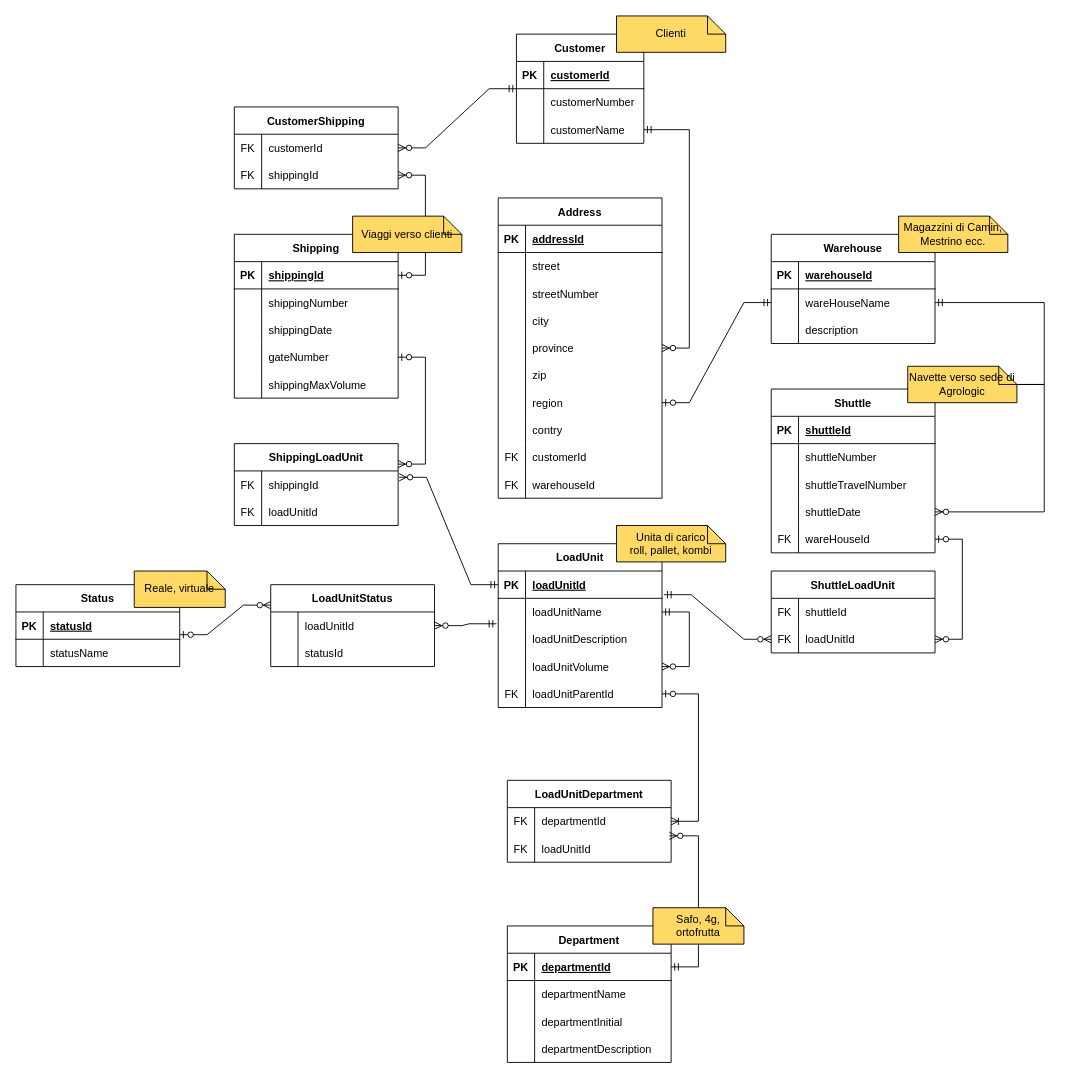
Earlier version of the draw.io diagram arcadia_db.drawio (gh0stb1t-dev/arcadia). Source tidied: cells renumbered, new cells numbered last; positions are measured from the earlier drawing's top-left corner, leaving out a move shared by most shapes. Both pictures are drawn from the tidied source at 91%, with x=0, y=0 at pixel (15, 15).
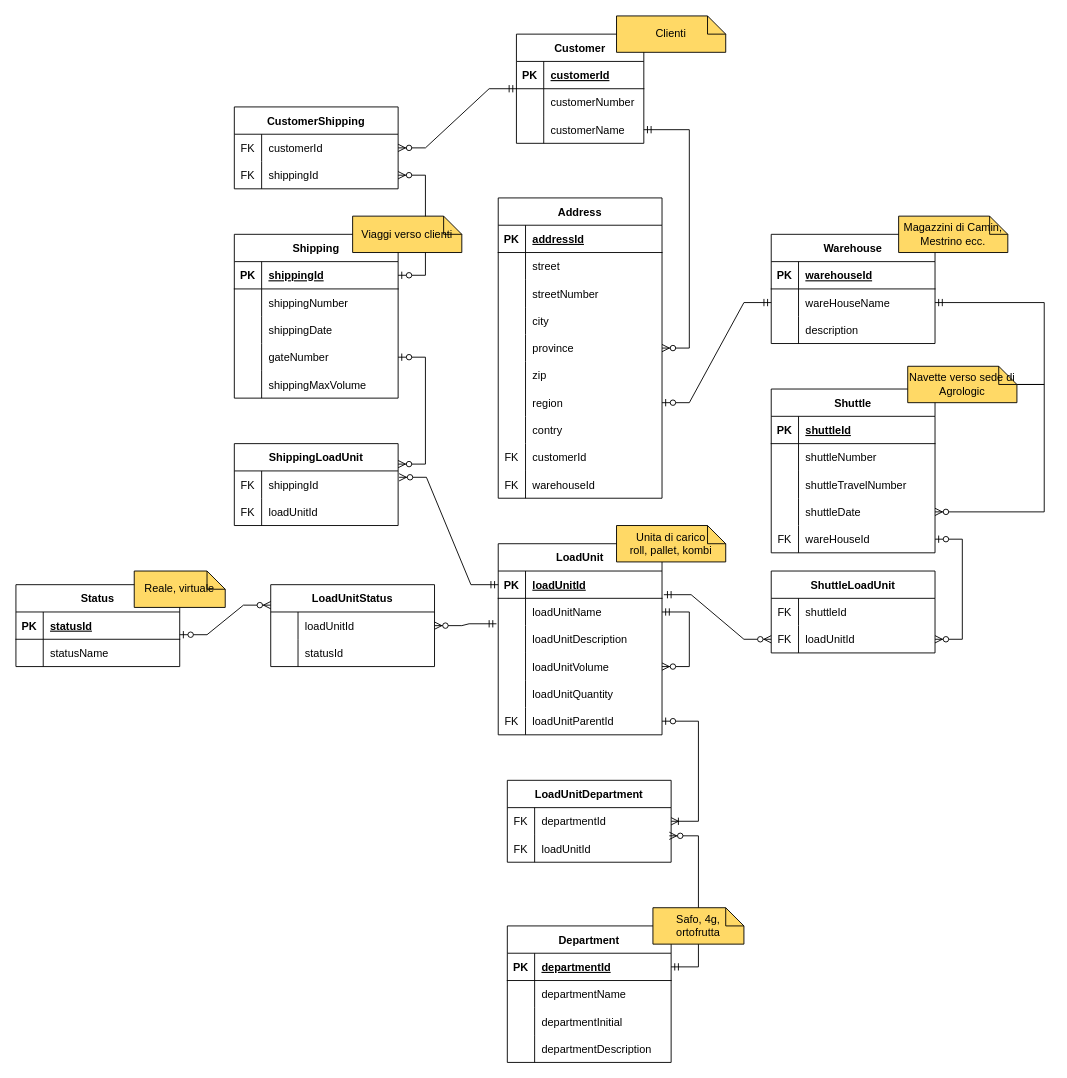
After the change.

Commit message:
Added loadUnitQuantity to LoadUnit table.drawio

What changed in the source:
```diff
@@
     <mxCell id="37" value="LoadUnit" style="shape=table;startSize=30;childLayout=tableLayout;rowLines=0;fontStyle=1;align=center;" parent="1" vertex="1">
-      <mxGeometry x="530" y="580" width="180" height="180" as="geometry" />
+      <mxGeometry x="530" y="580" width="180" height="210" as="geometry" />
     </mxCell>
@@
+    <mxCell id="178" style="shape=tableRow;horizontal=0;startSize=0;swimlaneHead=0;swimlaneBody=0;fillColor=none;top=0;left=0;right=0;bottom=0;" parent="37" vertex="1">
+      <mxGeometry y="150" width="180" height="30" as="geometry" />
+    </mxCell>
+    <mxCell id="179" style="shape=partialRectangle;fillColor=none;top=0;left=0;bottom=0;right=0;overflow=hidden;" parent="178" vertex="1">
+      <mxGeometry width="30" height="30" as="geometry" />
+    </mxCell>
+    <mxCell id="180" value="loadUnitQuantity" style="shape=partialRectangle;fillColor=none;top=0;left=0;bottom=0;right=0;align=left;spacingLeft=6;overflow=hidden;" parent="178" vertex="1">
+      <mxGeometry x="30" width="150" height="30" as="geometry" />
+    </mxCell>
     <mxCell id="50" style="shape=tableRow;horizontal=0;startSize=0;swimlaneHead=0;swimlaneBody=0;fillColor=none;points=[[0,0.5],[1,0.5]];portConstraint=eastwest;top=0;left=0;right=0;bottom=0;" parent="37" vertex="1">
-      <mxGeometry y="150" width="180" height="30" as="geometry" />
+      <mxGeometry y="180" width="180" height="30" as="geometry" />
     </mxCell>
```
